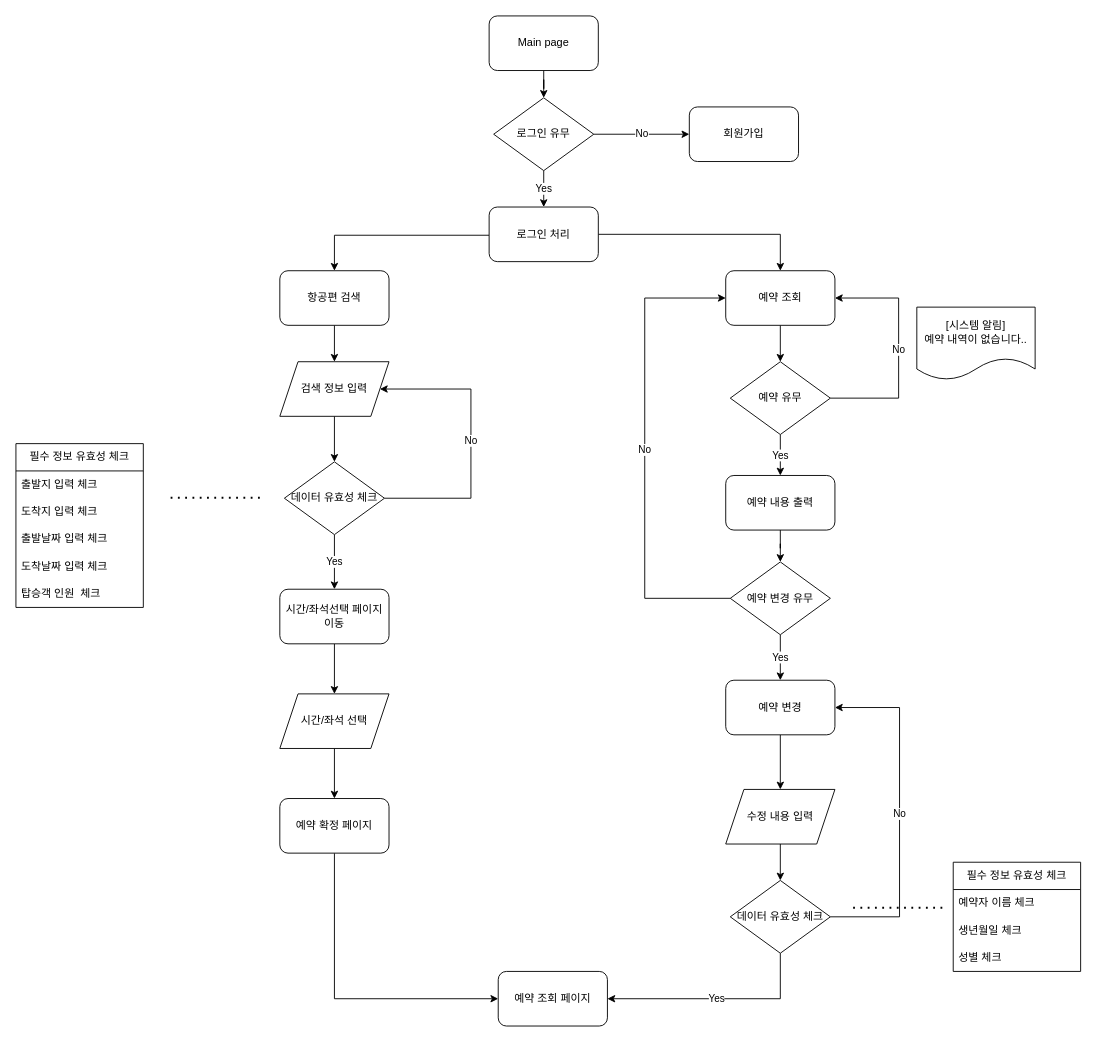
Before: page "예약" (2 of 4) of 제목 없는 다이어그램.drawio in awfawf123/workspace, a draw.io diagram. Source tidied: cells renumbered, new cells numbered last; positions are measured from the earlier drawing's top-left corner, leaving out a move shared by most shapes. Both pictures are drawn from the tidied source at 91%, with x=0, y=0 at pixel (15, 15).
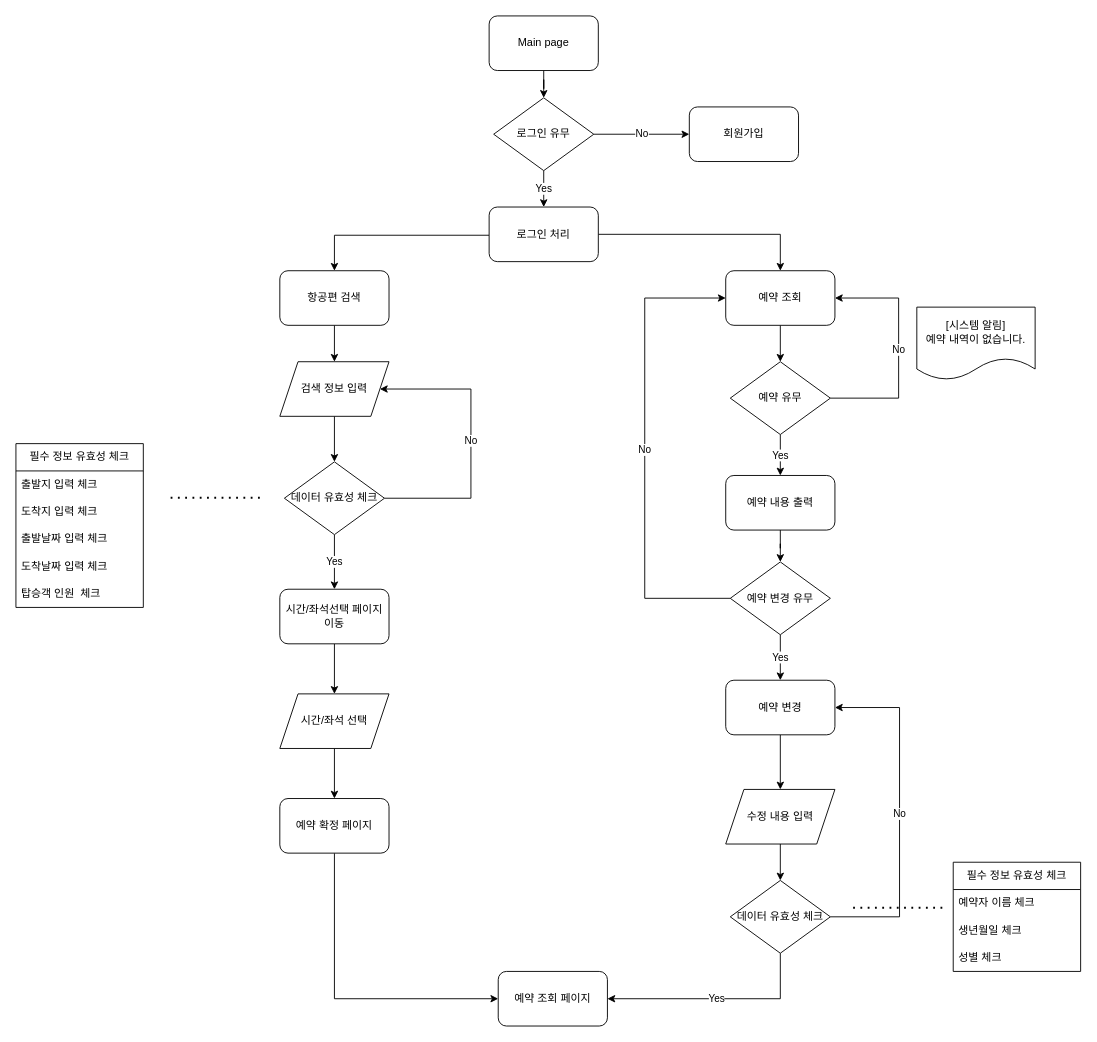
The same page after the edit.

The edit, as a diff of the source:
```diff
@@
-    <mxCell id="37" value="[시스템 알림]&lt;br&gt;예약 내역이 없습니다.." style="shape=document;whiteSpace=wrap;html=1;boundedLbl=1;" parent="1" vertex="1">
+    <mxCell id="37" value="[시스템 알림]&lt;br&gt;예약 내역이 없습니다." style="shape=document;whiteSpace=wrap;html=1;boundedLbl=1;" parent="1" vertex="1">
       <mxGeometry x="990" y="320" width="130" height="80" as="geometry" />
     </mxCell>
```
